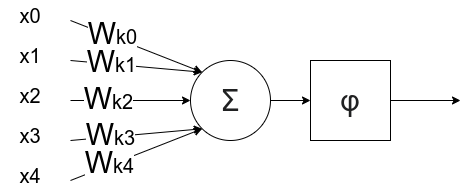
Earlier version of the draw.io export AI_Neurotechnologies_bla_bla_bla_course/artificial_neuron.png (max-talanov/1). Source tidied: cells renumbered, new cells last; positions are measured from the earlier drawing's top-left corner, leaving out a move shared by most shapes. Its diagram source:
```xml
<mxGraphModel>
  <root>
    <mxCell id="0" />
    <mxCell id="1" parent="0" />
    <mxCell id="2" style="edgeStyle=orthogonalEdgeStyle;rounded=0;jettySize=auto;html=1;" parent="1" edge="1" source="3" target="5">
      <mxGeometry relative="1" as="geometry" />
    </mxCell>
    <mxCell id="3" value="&lt;span style=&quot;color: rgb(32, 33, 34); font-family: sans-serif; font-size: 30px; background-color: rgb(255, 255, 255);&quot;&gt;Σ&lt;/span&gt;" style="ellipse;whiteSpace=wrap;html=1;fontSize=30;" parent="1" vertex="1">
      <mxGeometry x="190" y="60" width="80" height="80" as="geometry" />
    </mxCell>
    <mxCell id="4" style="edgeStyle=orthogonalEdgeStyle;rounded=0;jettySize=auto;html=1;" parent="1" edge="1" source="5">
      <mxGeometry relative="1" as="geometry">
        <mxPoint x="460" y="100" as="targetPoint" />
      </mxGeometry>
    </mxCell>
    <mxCell id="5" value="&lt;span style=&quot;color: rgb(32 , 33 , 34) ; font-family: sans-serif ; background-color: rgb(255 , 255 , 255)&quot;&gt;&lt;font style=&quot;font-size: 30px&quot;&gt;φ&lt;/font&gt;&lt;/span&gt;" style="whiteSpace=wrap;html=1;fontSize=30;" parent="1" vertex="1">
      <mxGeometry x="310" y="60" width="80" height="80" as="geometry" />
    </mxCell>
    <mxCell id="6" style="endArrow=classic;html=1;rounded=0;fontSize=30;entryX=0;entryY=0;entryDx=0;entryDy=0;" parent="1" edge="1" target="3">
      <mxGeometry relative="1" as="geometry">
        <mxPoint x="70" y="20" as="sourcePoint" />
      </mxGeometry>
    </mxCell>
    <mxCell id="7" value="W&lt;font style=&quot;font-size: 20px&quot;&gt;k0&lt;/font&gt;" style="edgeLabel;html=1;align=center;verticalAlign=middle;fontSize=30;" parent="6" vertex="1">
      <mxGeometry x="-0.39" y="3" relative="1" as="geometry" />
    </mxCell>
    <mxCell id="8" style="endArrow=classic;html=1;rounded=0;fontSize=30;entryX=0;entryY=0;entryDx=0;entryDy=0;" parent="1" edge="1" target="3">
      <mxGeometry relative="1" as="geometry">
        <mxPoint x="70" y="60" as="sourcePoint" />
      </mxGeometry>
    </mxCell>
    <mxCell id="9" value="W&lt;font style=&quot;font-size: 20px&quot;&gt;k1&lt;/font&gt;" style="edgeLabel;html=1;align=center;verticalAlign=middle;fontSize=30;" parent="8" vertex="1">
      <mxGeometry x="-0.39" y="3" relative="1" as="geometry" />
    </mxCell>
    <mxCell id="10" style="endArrow=classic;html=1;rounded=0;fontSize=30;" parent="1" edge="1">
      <mxGeometry relative="1" as="geometry">
        <mxPoint x="70" y="100" as="sourcePoint" />
        <mxPoint x="190" y="100" as="targetPoint" />
      </mxGeometry>
    </mxCell>
    <mxCell id="11" value="W&lt;font style=&quot;font-size: 20px&quot;&gt;k2&lt;/font&gt;" style="edgeLabel;html=1;align=center;verticalAlign=middle;fontSize=30;" parent="10" vertex="1">
      <mxGeometry x="-0.39" y="3" relative="1" as="geometry" />
    </mxCell>
    <mxCell id="12" style="endArrow=classic;html=1;rounded=0;fontSize=30;entryX=0;entryY=1;entryDx=0;entryDy=0;" parent="1" edge="1" target="3">
      <mxGeometry relative="1" as="geometry">
        <mxPoint x="70" y="140" as="sourcePoint" />
      </mxGeometry>
    </mxCell>
    <mxCell id="13" value="W&lt;font style=&quot;font-size: 20px&quot;&gt;k3&lt;/font&gt;" style="edgeLabel;html=1;align=center;verticalAlign=middle;fontSize=30;" parent="12" vertex="1">
      <mxGeometry x="-0.39" y="3" relative="1" as="geometry" />
    </mxCell>
    <mxCell id="14" style="endArrow=classic;html=1;rounded=0;fontSize=30;entryX=0;entryY=1;entryDx=0;entryDy=0;" parent="1" edge="1" target="3">
      <mxGeometry relative="1" as="geometry">
        <mxPoint x="70" y="180" as="sourcePoint" />
      </mxGeometry>
    </mxCell>
    <mxCell id="15" value="W&lt;font style=&quot;font-size: 20px&quot;&gt;k4&lt;/font&gt;" style="edgeLabel;html=1;align=center;verticalAlign=middle;fontSize=30;" parent="14" vertex="1">
      <mxGeometry x="-0.39" y="3" relative="1" as="geometry" />
    </mxCell>
    <mxCell id="16" value="x0" style="text;html=1;strokeColor=none;fillColor=none;align=center;verticalAlign=middle;whiteSpace=wrap;rounded=0;fontSize=20;" parent="1" vertex="1">
      <mxGeometry width="60" height="30" as="geometry" />
    </mxCell>
    <mxCell id="17" value="x1" style="text;html=1;strokeColor=none;fillColor=none;align=center;verticalAlign=middle;whiteSpace=wrap;rounded=0;fontSize=20;" parent="1" vertex="1">
      <mxGeometry y="40" width="60" height="30" as="geometry" />
    </mxCell>
    <mxCell id="18" value="x2" style="text;html=1;strokeColor=none;fillColor=none;align=center;verticalAlign=middle;whiteSpace=wrap;rounded=0;fontSize=20;" parent="1" vertex="1">
      <mxGeometry y="80" width="60" height="30" as="geometry" />
    </mxCell>
    <mxCell id="19" value="x3" style="text;html=1;strokeColor=none;fillColor=none;align=center;verticalAlign=middle;whiteSpace=wrap;rounded=0;fontSize=20;" parent="1" vertex="1">
      <mxGeometry y="120" width="60" height="30" as="geometry" />
    </mxCell>
    <mxCell id="20" value="x4" style="text;html=1;strokeColor=none;fillColor=none;align=center;verticalAlign=middle;whiteSpace=wrap;rounded=0;fontSize=20;" parent="1" vertex="1">
      <mxGeometry y="160" width="60" height="30" as="geometry" />
    </mxCell>
  </root>
</mxGraphModel>
```
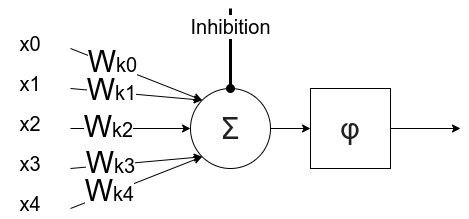
Above is the later version.

The edit, as a diff of the source:
```diff
@@ -72,5 +72,13 @@
     <mxCell id="20" value="x4" style="text;html=1;strokeColor=none;fillColor=none;align=center;verticalAlign=middle;whiteSpace=wrap;rounded=0;fontSize=20;" parent="1" vertex="1">
       <mxGeometry y="160" width="60" height="30" as="geometry" />
     </mxCell>
+    <mxCell id="21" style="endArrow=oval;html=1;rounded=0;entryX=0.5;entryY=0;entryDx=0;entryDy=0;strokeWidth=3;endFill=1;fontSize=20;" parent="1" edge="1" target="3">
+      <mxGeometry relative="1" as="geometry">
+        <mxPoint x="230" y="-20" as="sourcePoint" />
+      </mxGeometry>
+    </mxCell>
+    <mxCell id="22" value="&lt;font style=&quot;font-size: 20px&quot;&gt;Inhibition&lt;/font&gt;" style="edgeLabel;html=1;align=center;verticalAlign=middle;" parent="21" vertex="1">
+      <mxGeometry x="-0.57" y="-1" relative="1" as="geometry" />
+    </mxCell>
   </root>
 </mxGraphModel>
```
